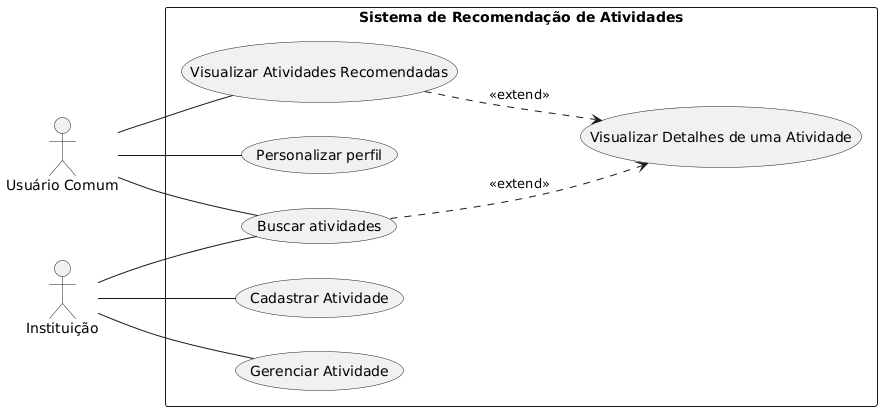
Before: Modelagem/Outputs(Imagens)/Casos de Uso.png, a diagram exported from PlantUML (J-B-Works/Wisp).
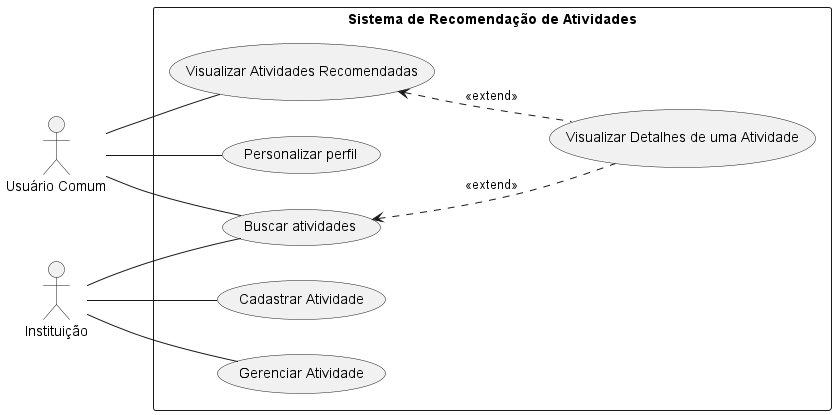
The same diagram one commit later.

The edit, as a diff of the source:
```diff
@@ -1,5 +1,5 @@
 @startuml
-left to right direction
+    left to right direction
 
     actor "Usuário Comum" as User
     actor "Instituição" as Inst
@@ -25,6 +25,7 @@
     UC_VAR -[hidden]down- UC_VDDUA
     UC_BA -[hidden]down- UC_VDDUA
 
-    UC_VAR .> UC_VDDUA : <<extend>>
-    UC_BA .> UC_VDDUA : <<extend>>
+    UC_VAR <. UC_VDDUA : <<extend>>
+    UC_BA <. UC_VDDUA : <<extend>>
+
 @enduml
```
